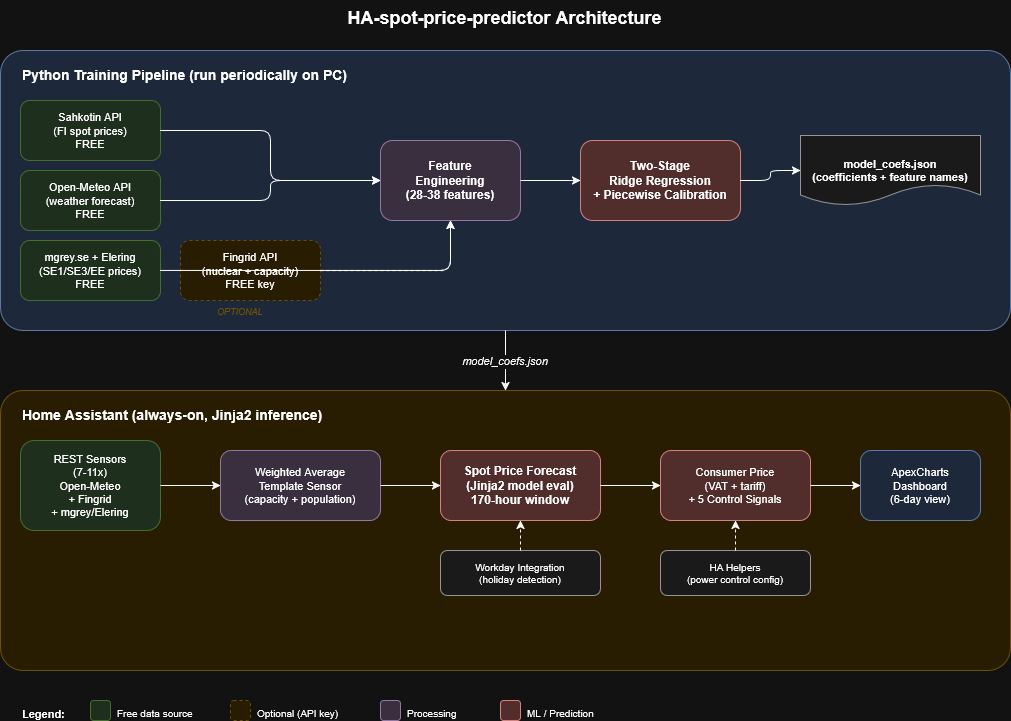
watti-matti/HA-spot-price-predictor keeps this draw.io diagram as docs/diagrams/architecture-overview.drawio.png. Above is the earlier version. Source tidied: cells renumbered, new cells last; positions are measured from the earlier drawing's top-left corner, leaving out a move shared by most shapes. Source of this version:
```xml
<mxGraphModel>
  <root>
    <mxCell id="0" />
    <mxCell id="1" parent="0" />
    <mxCell id="2" value="HA-spot-price-predictor Architecture" style="text;html=1;fontSize=18;fontStyle=1;align=center;" parent="1" vertex="1">
      <mxGeometry x="204" width="600" height="30" as="geometry" />
    </mxCell>
    <mxCell id="3" style="rounded=1;whiteSpace=wrap;html=1;fillColor=#dae8fc;strokeColor=#6c8ebf;arcSize=8;" parent="1" vertex="1">
      <mxGeometry y="50" width="1010" height="280" as="geometry" />
    </mxCell>
    <mxCell id="4" value="Python Training Pipeline (run periodically on PC)" style="text;html=1;fontSize=14;fontStyle=1;align=left;" parent="1" vertex="1">
      <mxGeometry x="20" y="60" width="400" height="25" as="geometry" />
    </mxCell>
    <mxCell id="5" value="Sahkotin API&#10;(FI spot prices)&#10;FREE" style="rounded=1;whiteSpace=wrap;html=1;fillColor=#d5e8d4;strokeColor=#82b366;fontSize=11;" parent="1" vertex="1">
      <mxGeometry x="20" y="100" width="140" height="60" as="geometry" />
    </mxCell>
    <mxCell id="6" value="Open-Meteo API&#10;(weather forecast)&#10;FREE" style="rounded=1;whiteSpace=wrap;html=1;fillColor=#d5e8d4;strokeColor=#82b366;fontSize=11;" parent="1" vertex="1">
      <mxGeometry x="20" y="170" width="140" height="60" as="geometry" />
    </mxCell>
    <mxCell id="7" value="mgrey.se + Elering&#10;(SE1/SE3/EE prices)&#10;FREE" style="rounded=1;whiteSpace=wrap;html=1;fillColor=#d5e8d4;strokeColor=#82b366;fontSize=11;" parent="1" vertex="1">
      <mxGeometry x="20" y="240" width="140" height="60" as="geometry" />
    </mxCell>
    <mxCell id="8" value="Fingrid API&#10;(nuclear + capacity)&#10;FREE key" style="rounded=1;whiteSpace=wrap;html=1;fillColor=#fff2cc;strokeColor=#d6b656;fontSize=11;dashed=1;" parent="1" vertex="1">
      <mxGeometry x="180" y="240" width="140" height="60" as="geometry" />
    </mxCell>
    <mxCell id="9" value="OPTIONAL" style="text;html=1;fontSize=9;fontStyle=2;fontColor=#d6b656;" parent="1" vertex="1">
      <mxGeometry x="215" y="300" width="70" height="15" as="geometry" />
    </mxCell>
    <mxCell id="10" value="Feature&#10;Engineering&#10;(28-38 features)" style="rounded=1;whiteSpace=wrap;html=1;fillColor=#e1d5e7;strokeColor=#9673a6;fontSize=12;fontStyle=1;" parent="1" vertex="1">
      <mxGeometry x="380" y="140" width="140" height="80" as="geometry" />
    </mxCell>
    <mxCell id="11" value="Two-Stage&#10;Ridge Regression&#10;+ Piecewise Calibration" style="rounded=1;whiteSpace=wrap;html=1;fillColor=#f8cecc;strokeColor=#b85450;fontSize=12;fontStyle=1;" parent="1" vertex="1">
      <mxGeometry x="580" y="140" width="160" height="80" as="geometry" />
    </mxCell>
    <mxCell id="12" value="model_coefs.json&#10;(coefficients + feature names)" style="shape=document;whiteSpace=wrap;html=1;fillColor=#f5f5f5;strokeColor=#666666;fontSize=11;fontStyle=1;" parent="1" vertex="1">
      <mxGeometry x="800" y="135" width="180" height="70" as="geometry" />
    </mxCell>
    <mxCell id="13" style="edgeStyle=orthogonalEdgeStyle;" parent="1" edge="1" source="5" target="10">
      <mxGeometry relative="1" as="geometry" />
    </mxCell>
    <mxCell id="14" style="edgeStyle=orthogonalEdgeStyle;" parent="1" edge="1" source="6" target="10">
      <mxGeometry relative="1" as="geometry" />
    </mxCell>
    <mxCell id="15" style="edgeStyle=orthogonalEdgeStyle;" parent="1" edge="1" source="7" target="10">
      <mxGeometry relative="1" as="geometry" />
    </mxCell>
    <mxCell id="16" style="edgeStyle=orthogonalEdgeStyle;dashed=1;" parent="1" edge="1" source="8" target="10">
      <mxGeometry relative="1" as="geometry" />
    </mxCell>
    <mxCell id="17" style="edgeStyle=orthogonalEdgeStyle;" parent="1" edge="1" source="10" target="11">
      <mxGeometry relative="1" as="geometry" />
    </mxCell>
    <mxCell id="18" style="edgeStyle=orthogonalEdgeStyle;" parent="1" edge="1" source="11" target="12">
      <mxGeometry relative="1" as="geometry" />
    </mxCell>
    <mxCell id="19" value="model_coefs.json" style="edgeStyle=orthogonalEdgeStyle;fontSize=11;fontStyle=2;" parent="1" edge="1">
      <mxGeometry relative="1" as="geometry">
        <mxPoint x="505" y="330" as="sourcePoint" />
        <mxPoint x="505" y="390" as="targetPoint" />
      </mxGeometry>
    </mxCell>
    <mxCell id="20" style="rounded=1;whiteSpace=wrap;html=1;fillColor=#fff2cc;strokeColor=#d6b656;arcSize=8;" parent="1" vertex="1">
      <mxGeometry y="390" width="1010" height="280" as="geometry" />
    </mxCell>
    <mxCell id="21" value="Home Assistant (always-on, Jinja2 inference)" style="text;html=1;fontSize=14;fontStyle=1;align=left;" parent="1" vertex="1">
      <mxGeometry x="20" y="400" width="400" height="25" as="geometry" />
    </mxCell>
    <mxCell id="22" value="REST Sensors&#10;(7-11x)&#10;Open-Meteo&#10;+ Fingrid&#10;+ mgrey/Elering" style="rounded=1;whiteSpace=wrap;html=1;fillColor=#d5e8d4;strokeColor=#82b366;fontSize=11;" parent="1" vertex="1">
      <mxGeometry x="20" y="440" width="140" height="90" as="geometry" />
    </mxCell>
    <mxCell id="23" value="Weighted Average&#10;Template Sensor&#10;(capacity + population)" style="rounded=1;whiteSpace=wrap;html=1;fillColor=#e1d5e7;strokeColor=#9673a6;fontSize=11;" parent="1" vertex="1">
      <mxGeometry x="220" y="450" width="160" height="70" as="geometry" />
    </mxCell>
    <mxCell id="24" value="Spot Price Forecast&#10;(Jinja2 model eval)&#10;170-hour window" style="rounded=1;whiteSpace=wrap;html=1;fillColor=#f8cecc;strokeColor=#b85450;fontSize=12;fontStyle=1;" parent="1" vertex="1">
      <mxGeometry x="440" y="450" width="160" height="70" as="geometry" />
    </mxCell>
    <mxCell id="25" value="Consumer Price&#10;(VAT + tariff)&#10;+ 5 Control Signals" style="rounded=1;whiteSpace=wrap;html=1;fillColor=#f8cecc;strokeColor=#b85450;fontSize=11;" parent="1" vertex="1">
      <mxGeometry x="660" y="450" width="150" height="70" as="geometry" />
    </mxCell>
    <mxCell id="26" value="ApexCharts&#10;Dashboard&#10;(6-day view)" style="rounded=1;whiteSpace=wrap;html=1;fillColor=#dae8fc;strokeColor=#6c8ebf;fontSize=11;" parent="1" vertex="1">
      <mxGeometry x="860" y="450" width="120" height="70" as="geometry" />
    </mxCell>
    <mxCell id="27" value="Workday Integration&#10;(holiday detection)" style="rounded=1;whiteSpace=wrap;html=1;fillColor=#f5f5f5;strokeColor=#666666;fontSize=10;" parent="1" vertex="1">
      <mxGeometry x="440" y="550" width="160" height="45" as="geometry" />
    </mxCell>
    <mxCell id="28" value="HA Helpers&#10;(power control config)" style="rounded=1;whiteSpace=wrap;html=1;fillColor=#f5f5f5;strokeColor=#666666;fontSize=10;" parent="1" vertex="1">
      <mxGeometry x="660" y="550" width="150" height="45" as="geometry" />
    </mxCell>
    <mxCell id="29" style="edgeStyle=orthogonalEdgeStyle;" parent="1" edge="1" source="22" target="23">
      <mxGeometry relative="1" as="geometry" />
    </mxCell>
    <mxCell id="30" style="edgeStyle=orthogonalEdgeStyle;" parent="1" edge="1" source="23" target="24">
      <mxGeometry relative="1" as="geometry" />
    </mxCell>
    <mxCell id="31" style="edgeStyle=orthogonalEdgeStyle;" parent="1" edge="1" source="24" target="25">
      <mxGeometry relative="1" as="geometry" />
    </mxCell>
    <mxCell id="32" style="edgeStyle=orthogonalEdgeStyle;" parent="1" edge="1" source="25" target="26">
      <mxGeometry relative="1" as="geometry" />
    </mxCell>
    <mxCell id="33" style="edgeStyle=orthogonalEdgeStyle;dashed=1;" parent="1" edge="1" source="27" target="24">
      <mxGeometry relative="1" as="geometry" />
    </mxCell>
    <mxCell id="34" style="edgeStyle=orthogonalEdgeStyle;dashed=1;" parent="1" edge="1" source="28" target="25">
      <mxGeometry relative="1" as="geometry" />
    </mxCell>
    <mxCell id="35" value="Legend:" style="text;html=1;fontSize=11;fontStyle=1;" parent="1" vertex="1">
      <mxGeometry x="20" y="700" width="60" height="20" as="geometry" />
    </mxCell>
    <mxCell id="36" style="rounded=1;fillColor=#d5e8d4;strokeColor=#82b366;" parent="1" vertex="1">
      <mxGeometry x="90" y="700" width="20" height="20" as="geometry" />
    </mxCell>
    <mxCell id="37" value="Free data source" style="text;html=1;fontSize=10;" parent="1" vertex="1">
      <mxGeometry x="115" y="700" width="100" height="20" as="geometry" />
    </mxCell>
    <mxCell id="38" style="rounded=1;fillColor=#fff2cc;strokeColor=#d6b656;dashed=1;" parent="1" vertex="1">
      <mxGeometry x="230" y="700" width="20" height="20" as="geometry" />
    </mxCell>
    <mxCell id="39" value="Optional (API key)" style="text;html=1;fontSize=10;" parent="1" vertex="1">
      <mxGeometry x="255" y="700" width="110" height="20" as="geometry" />
    </mxCell>
    <mxCell id="40" style="rounded=1;fillColor=#e1d5e7;strokeColor=#9673a6;" parent="1" vertex="1">
      <mxGeometry x="380" y="700" width="20" height="20" as="geometry" />
    </mxCell>
    <mxCell id="41" value="Processing" style="text;html=1;fontSize=10;" parent="1" vertex="1">
      <mxGeometry x="405" y="700" width="80" height="20" as="geometry" />
    </mxCell>
    <mxCell id="42" style="rounded=1;fillColor=#f8cecc;strokeColor=#b85450;" parent="1" vertex="1">
      <mxGeometry x="500" y="700" width="20" height="20" as="geometry" />
    </mxCell>
    <mxCell id="43" value="ML / Prediction" style="text;html=1;fontSize=10;" parent="1" vertex="1">
      <mxGeometry x="525" y="700" width="100" height="20" as="geometry" />
    </mxCell>
  </root>
</mxGraphModel>
```
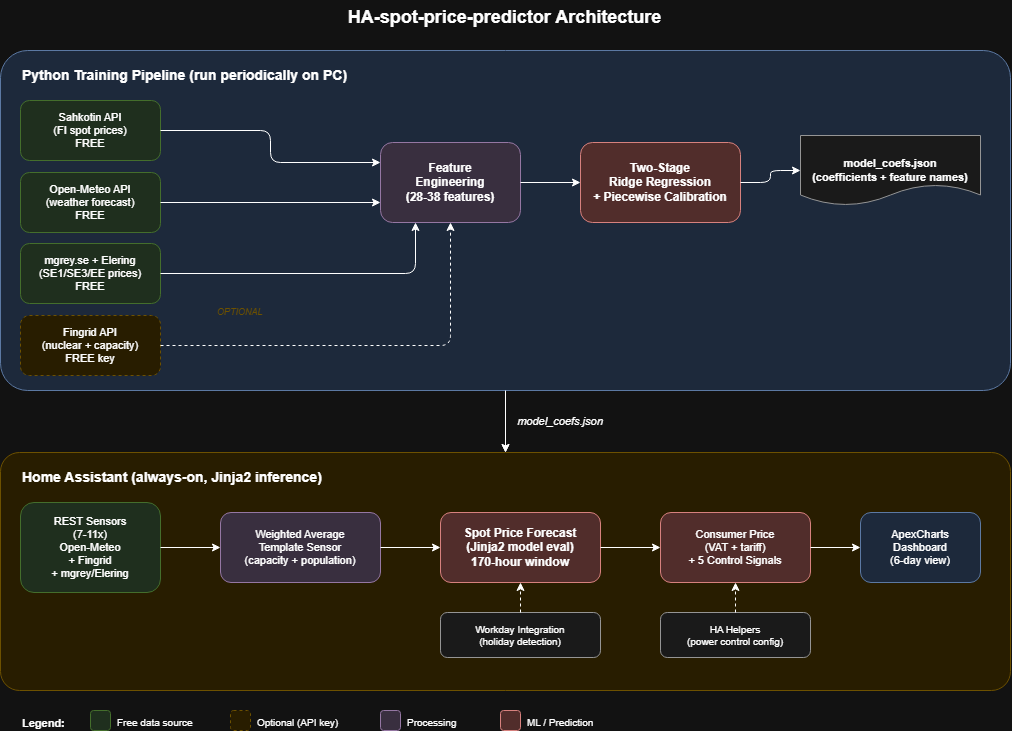
Later version of the same file.

The edit, as a diff of the source:
```diff
@@ -5,8 +5,11 @@
     <mxCell id="2" value="HA-spot-price-predictor Architecture" style="text;html=1;fontSize=18;fontStyle=1;align=center;" parent="1" vertex="1">
       <mxGeometry x="204" width="600" height="30" as="geometry" />
     </mxCell>
+    <mxCell id="44" style="edgeStyle=orthogonalEdgeStyle;rounded=0;jettySize=auto;html=1;" parent="1" edge="1" source="3" target="20">
+      <mxGeometry relative="1" as="geometry" />
+    </mxCell>
     <mxCell id="3" style="rounded=1;whiteSpace=wrap;html=1;fillColor=#dae8fc;strokeColor=#6c8ebf;arcSize=8;" parent="1" vertex="1">
-      <mxGeometry y="50" width="1010" height="280" as="geometry" />
+      <mxGeometry y="50" width="1010" height="340" as="geometry" />
     </mxCell>
     <mxCell id="4" value="Python Training Pipeline (run periodically on PC)" style="text;html=1;fontSize=14;fontStyle=1;align=left;" parent="1" vertex="1">
       <mxGeometry x="20" y="60" width="400" height="25" as="geometry" />
@@ -15,33 +18,33 @@
       <mxGeometry x="20" y="100" width="140" height="60" as="geometry" />
     </mxCell>
     <mxCell id="6" value="Open-Meteo API&#10;(weather forecast)&#10;FREE" style="rounded=1;whiteSpace=wrap;html=1;fillColor=#d5e8d4;strokeColor=#82b366;fontSize=11;" parent="1" vertex="1">
-      <mxGeometry x="20" y="170" width="140" height="60" as="geometry" />
+      <mxGeometry x="20" y="172" width="140" height="60" as="geometry" />
     </mxCell>
     <mxCell id="7" value="mgrey.se + Elering&#10;(SE1/SE3/EE prices)&#10;FREE" style="rounded=1;whiteSpace=wrap;html=1;fillColor=#d5e8d4;strokeColor=#82b366;fontSize=11;" parent="1" vertex="1">
-      <mxGeometry x="20" y="240" width="140" height="60" as="geometry" />
+      <mxGeometry x="20" y="243" width="140" height="60" as="geometry" />
     </mxCell>
     <mxCell id="8" value="Fingrid API&#10;(nuclear + capacity)&#10;FREE key" style="rounded=1;whiteSpace=wrap;html=1;fillColor=#fff2cc;strokeColor=#d6b656;fontSize=11;dashed=1;" parent="1" vertex="1">
-      <mxGeometry x="180" y="240" width="140" height="60" as="geometry" />
+      <mxGeometry x="20" y="315" width="140" height="60" as="geometry" />
     </mxCell>
     <mxCell id="9" value="OPTIONAL" style="text;html=1;fontSize=9;fontStyle=2;fontColor=#d6b656;" parent="1" vertex="1">
       <mxGeometry x="215" y="300" width="70" height="15" as="geometry" />
     </mxCell>
     <mxCell id="10" value="Feature&#10;Engineering&#10;(28-38 features)" style="rounded=1;whiteSpace=wrap;html=1;fillColor=#e1d5e7;strokeColor=#9673a6;fontSize=12;fontStyle=1;" parent="1" vertex="1">
-      <mxGeometry x="380" y="140" width="140" height="80" as="geometry" />
+      <mxGeometry x="380" y="142" width="140" height="80" as="geometry" />
     </mxCell>
     <mxCell id="11" value="Two-Stage&#10;Ridge Regression&#10;+ Piecewise Calibration" style="rounded=1;whiteSpace=wrap;html=1;fillColor=#f8cecc;strokeColor=#b85450;fontSize=12;fontStyle=1;" parent="1" vertex="1">
-      <mxGeometry x="580" y="140" width="160" height="80" as="geometry" />
+      <mxGeometry x="580" y="142" width="160" height="80" as="geometry" />
     </mxCell>
     <mxCell id="12" value="model_coefs.json&#10;(coefficients + feature names)" style="shape=document;whiteSpace=wrap;html=1;fillColor=#f5f5f5;strokeColor=#666666;fontSize=11;fontStyle=1;" parent="1" vertex="1">
       <mxGeometry x="800" y="135" width="180" height="70" as="geometry" />
     </mxCell>
-    <mxCell id="13" style="edgeStyle=orthogonalEdgeStyle;" parent="1" edge="1" source="5" target="10">
+    <mxCell id="13" style="edgeStyle=orthogonalEdgeStyle;entryX=0;entryY=0.25;entryDx=0;entryDy=0;" parent="1" edge="1" source="5" target="10">
       <mxGeometry relative="1" as="geometry" />
     </mxCell>
-    <mxCell id="14" style="edgeStyle=orthogonalEdgeStyle;" parent="1" edge="1" source="6" target="10">
+    <mxCell id="14" style="edgeStyle=orthogonalEdgeStyle;entryX=0;entryY=0.75;entryDx=0;entryDy=0;" parent="1" edge="1" source="6" target="10">
       <mxGeometry relative="1" as="geometry" />
     </mxCell>
-    <mxCell id="15" style="edgeStyle=orthogonalEdgeStyle;" parent="1" edge="1" source="7" target="10">
+    <mxCell id="15" style="edgeStyle=orthogonalEdgeStyle;entryX=0.25;entryY=1;entryDx=0;entryDy=0;" parent="1" edge="1" source="7" target="10">
       <mxGeometry relative="1" as="geometry" />
     </mxCell>
     <mxCell id="16" style="edgeStyle=orthogonalEdgeStyle;dashed=1;" parent="1" edge="1" source="8" target="10">
@@ -53,38 +56,35 @@
     <mxCell id="18" style="edgeStyle=orthogonalEdgeStyle;" parent="1" edge="1" source="11" target="12">
       <mxGeometry relative="1" as="geometry" />
     </mxCell>
-    <mxCell id="19" value="model_coefs.json" style="edgeStyle=orthogonalEdgeStyle;fontSize=11;fontStyle=2;" parent="1" edge="1">
-      <mxGeometry relative="1" as="geometry">
-        <mxPoint x="505" y="330" as="sourcePoint" />
-        <mxPoint x="505" y="390" as="targetPoint" />
-      </mxGeometry>
+    <mxCell id="19" value="model_coefs.json" style="edgeStyle=orthogonalEdgeStyle;fontSize=11;fontStyle=2;entryX=0.5;entryY=0;entryDx=0;entryDy=0;exitX=0.5;exitY=1;exitDx=0;exitDy=0;" parent="1" edge="1" source="3" target="20">
+      <mxGeometry x="-0.02" y="55" relative="1" as="geometry" />
     </mxCell>
     <mxCell id="20" style="rounded=1;whiteSpace=wrap;html=1;fillColor=#fff2cc;strokeColor=#d6b656;arcSize=8;" parent="1" vertex="1">
-      <mxGeometry y="390" width="1010" height="280" as="geometry" />
+      <mxGeometry y="452" width="1010" height="238" as="geometry" />
     </mxCell>
     <mxCell id="21" value="Home Assistant (always-on, Jinja2 inference)" style="text;html=1;fontSize=14;fontStyle=1;align=left;" parent="1" vertex="1">
-      <mxGeometry x="20" y="400" width="400" height="25" as="geometry" />
+      <mxGeometry x="20" y="462" width="400" height="25" as="geometry" />
     </mxCell>
     <mxCell id="22" value="REST Sensors&#10;(7-11x)&#10;Open-Meteo&#10;+ Fingrid&#10;+ mgrey/Elering" style="rounded=1;whiteSpace=wrap;html=1;fillColor=#d5e8d4;strokeColor=#82b366;fontSize=11;" parent="1" vertex="1">
-      <mxGeometry x="20" y="440" width="140" height="90" as="geometry" />
+      <mxGeometry x="20" y="502" width="140" height="90" as="geometry" />
     </mxCell>
     <mxCell id="23" value="Weighted Average&#10;Template Sensor&#10;(capacity + population)" style="rounded=1;whiteSpace=wrap;html=1;fillColor=#e1d5e7;strokeColor=#9673a6;fontSize=11;" parent="1" vertex="1">
-      <mxGeometry x="220" y="450" width="160" height="70" as="geometry" />
+      <mxGeometry x="220" y="512" width="160" height="70" as="geometry" />
     </mxCell>
     <mxCell id="24" value="Spot Price Forecast&#10;(Jinja2 model eval)&#10;170-hour window" style="rounded=1;whiteSpace=wrap;html=1;fillColor=#f8cecc;strokeColor=#b85450;fontSize=12;fontStyle=1;" parent="1" vertex="1">
-      <mxGeometry x="440" y="450" width="160" height="70" as="geometry" />
+      <mxGeometry x="440" y="512" width="160" height="70" as="geometry" />
     </mxCell>
     <mxCell id="25" value="Consumer Price&#10;(VAT + tariff)&#10;+ 5 Control Signals" style="rounded=1;whiteSpace=wrap;html=1;fillColor=#f8cecc;strokeColor=#b85450;fontSize=11;" parent="1" vertex="1">
-      <mxGeometry x="660" y="450" width="150" height="70" as="geometry" />
+      <mxGeometry x="660" y="512" width="150" height="70" as="geometry" />
     </mxCell>
     <mxCell id="26" value="ApexCharts&#10;Dashboard&#10;(6-day view)" style="rounded=1;whiteSpace=wrap;html=1;fillColor=#dae8fc;strokeColor=#6c8ebf;fontSize=11;" parent="1" vertex="1">
-      <mxGeometry x="860" y="450" width="120" height="70" as="geometry" />
+      <mxGeometry x="860" y="512" width="120" height="70" as="geometry" />
     </mxCell>
     <mxCell id="27" value="Workday Integration&#10;(holiday detection)" style="rounded=1;whiteSpace=wrap;html=1;fillColor=#f5f5f5;strokeColor=#666666;fontSize=10;" parent="1" vertex="1">
-      <mxGeometry x="440" y="550" width="160" height="45" as="geometry" />
+      <mxGeometry x="440" y="612" width="160" height="45" as="geometry" />
     </mxCell>
     <mxCell id="28" value="HA Helpers&#10;(power control config)" style="rounded=1;whiteSpace=wrap;html=1;fillColor=#f5f5f5;strokeColor=#666666;fontSize=10;" parent="1" vertex="1">
-      <mxGeometry x="660" y="550" width="150" height="45" as="geometry" />
+      <mxGeometry x="660" y="612" width="150" height="45" as="geometry" />
     </mxCell>
     <mxCell id="29" style="edgeStyle=orthogonalEdgeStyle;" parent="1" edge="1" source="22" target="23">
       <mxGeometry relative="1" as="geometry" />
@@ -105,31 +105,34 @@
       <mxGeometry relative="1" as="geometry" />
     </mxCell>
     <mxCell id="35" value="Legend:" style="text;html=1;fontSize=11;fontStyle=1;" parent="1" vertex="1">
-      <mxGeometry x="20" y="700" width="60" height="20" as="geometry" />
+      <mxGeometry x="20" y="710" width="60" height="20" as="geometry" />
     </mxCell>
     <mxCell id="36" style="rounded=1;fillColor=#d5e8d4;strokeColor=#82b366;" parent="1" vertex="1">
-      <mxGeometry x="90" y="700" width="20" height="20" as="geometry" />
+      <mxGeometry x="90" y="710" width="20" height="20" as="geometry" />
     </mxCell>
     <mxCell id="37" value="Free data source" style="text;html=1;fontSize=10;" parent="1" vertex="1">
-      <mxGeometry x="115" y="700" width="100" height="20" as="geometry" />
+      <mxGeometry x="115" y="710" width="100" height="20" as="geometry" />
     </mxCell>
     <mxCell id="38" style="rounded=1;fillColor=#fff2cc;strokeColor=#d6b656;dashed=1;" parent="1" vertex="1">
-      <mxGeometry x="230" y="700" width="20" height="20" as="geometry" />
+      <mxGeometry x="230" y="710" width="20" height="20" as="geometry" />
     </mxCell>
     <mxCell id="39" value="Optional (API key)" style="text;html=1;fontSize=10;" parent="1" vertex="1">
-      <mxGeometry x="255" y="700" width="110" height="20" as="geometry" />
+      <mxGeometry x="255" y="710" width="110" height="20" as="geometry" />
     </mxCell>
     <mxCell id="40" style="rounded=1;fillColor=#e1d5e7;strokeColor=#9673a6;" parent="1" vertex="1">
-      <mxGeometry x="380" y="700" width="20" height="20" as="geometry" />
+      <mxGeometry x="380" y="710" width="20" height="20" as="geometry" />
     </mxCell>
     <mxCell id="41" value="Processing" style="text;html=1;fontSize=10;" parent="1" vertex="1">
-      <mxGeometry x="405" y="700" width="80" height="20" as="geometry" />
+      <mxGeometry x="405" y="710" width="80" height="20" as="geometry" />
     </mxCell>
     <mxCell id="42" style="rounded=1;fillColor=#f8cecc;strokeColor=#b85450;" parent="1" vertex="1">
-      <mxGeometry x="500" y="700" width="20" height="20" as="geometry" />
+      <mxGeometry x="500" y="710" width="20" height="20" as="geometry" />
     </mxCell>
     <mxCell id="43" value="ML / Prediction" style="text;html=1;fontSize=10;" parent="1" vertex="1">
-      <mxGeometry x="525" y="700" width="100" height="20" as="geometry" />
+      <mxGeometry x="525" y="710" width="100" height="20" as="geometry" />
     </mxCell>
+    <mxCell id="45" style="edgeStyle=orthogonalEdgeStyle;rounded=0;orthogonalLoop=1;jettySize=auto;html=1;exitX=0.5;exitY=1;exitDx=0;exitDy=0;" parent="1" edge="1" source="20" target="20">
+      <mxGeometry relative="1" as="geometry" />
+    </mxCell>
   </root>
 </mxGraphModel>
```
